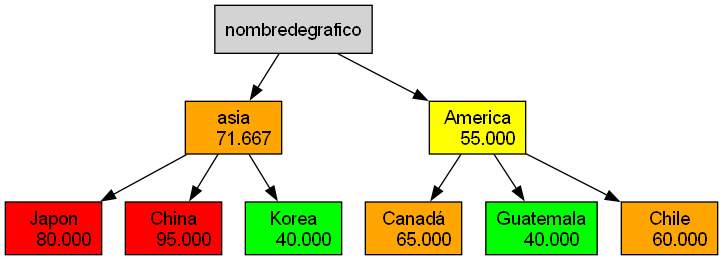
DiegVas/-LFP-2S24Proyecto1_202300638 keeps this Graphviz diagram as automata.png. Above is the earlier version. Its source is kept beside it as automata.dot. Source of this version:
```dot
digraph G {
node [shape=box, style=filled, fontname="Arial"];
asia [label="asia\n    71.667" , fillcolor=orange    ];
nombredegrafico  ->asia
Japon [label="Japon\n    80.000" , fillcolor=red       ];
asia->Japon
China [label="China\n    95.000" , fillcolor=red       ];
asia->China
Korea [label="Korea\n    40.000" , fillcolor=green     ];
asia->Korea
America [label="America\n    55.000" , fillcolor=yellow    ];
nombredegrafico  ->America
Canadá [label="Canadá\n    65.000" , fillcolor=orange    ];
America->Canadá
Guatemala [label="Guatemala\n    40.000" , fillcolor=green     ];
America->Guatemala
Chile [label="Chile\n    60.000" , fillcolor=orange    ];
America->Chile
}
```
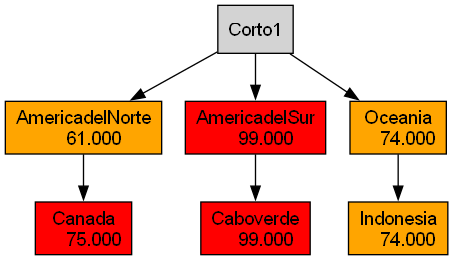
The same file after the commit.

Diff of the diagram source:
```diff
@@ -1,19 +1,15 @@
 digraph G {
 node [shape=box, style=filled, fontname="Arial"];
-asia [label="asia\n    71.667" , fillcolor=orange    ];
-nombredegrafico  ->asia
-Japon [label="Japon\n    80.000" , fillcolor=red       ];
-asia->Japon
-China [label="China\n    95.000" , fillcolor=red       ];
-asia->China
-Korea [label="Korea\n    40.000" , fillcolor=green     ];
-asia->Korea
-America [label="America\n    55.000" , fillcolor=yellow    ];
-nombredegrafico  ->America
-Canadá [label="Canadá\n    65.000" , fillcolor=orange    ];
-America->Canadá
-Guatemala [label="Guatemala\n    40.000" , fillcolor=green     ];
-America->Guatemala
-Chile [label="Chile\n    60.000" , fillcolor=orange    ];
-America->Chile
+AmericadelNorte [label="AmericadelNorte\n    61.000" , fillcolor=orange    ];
+Corto1  -> AmericadelNorte
+Canada [label="Canada\n    75.000" , fillcolor=red       ];
+AmericadelNorte -> Canada
+AmericadelSur [label="AmericadelSur\n    99.000" , fillcolor=red       ];
+Corto1  -> AmericadelSur
+Caboverde [label="Caboverde\n    99.000" , fillcolor=red       ];
+AmericadelSur -> Caboverde
+Oceania [label="Oceania\n    74.000" , fillcolor=orange    ];
+Corto1  -> Oceania
+Indonesia [label="Indonesia\n    74.000" , fillcolor=orange    ];
+Oceania -> Indonesia
 }
```
